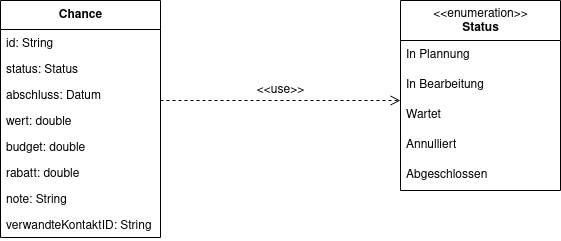
Above: thesis/figures/ChanceUMLDiagram.png in Simon-Hi5/bachelor-thesis (draw.io), before the change. Source tidied: cells renumbered, new cells last; positions are measured from the earlier drawing's top-left corner, leaving out a move shared by most shapes.
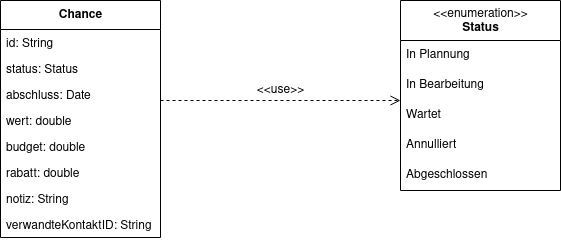
The same file after the commit.

Change to the diagram source:
```diff
@@ -11,7 +11,7 @@
     <mxCell id="4" value="status: Status" style="text;align=left;verticalAlign=top;spacingLeft=4;spacingRight=4;overflow=hidden;rounded=0;shadow=0;html=0;" parent="2" vertex="1">
       <mxGeometry y="55" width="160" height="26" as="geometry" />
     </mxCell>
-    <mxCell id="5" value="abschluss: Datum" style="text;align=left;verticalAlign=top;spacingLeft=4;spacingRight=4;overflow=hidden;rounded=0;shadow=0;html=0;" parent="2" vertex="1">
+    <mxCell id="5" value="abschluss: Date" style="text;align=left;verticalAlign=top;spacingLeft=4;spacingRight=4;overflow=hidden;rounded=0;shadow=0;html=0;" parent="2" vertex="1">
       <mxGeometry y="81" width="160" height="26" as="geometry" />
     </mxCell>
     <mxCell id="6" value="wert: double" style="text;align=left;verticalAlign=top;spacingLeft=4;spacingRight=4;overflow=hidden;rounded=0;shadow=0;html=0;" parent="2" vertex="1">
@@ -23,7 +23,7 @@
     <mxCell id="8" value="rabatt: double" style="text;align=left;verticalAlign=top;spacingLeft=4;spacingRight=4;overflow=hidden;rounded=0;shadow=0;html=0;" parent="2" vertex="1">
       <mxGeometry y="159" width="160" height="26" as="geometry" />
     </mxCell>
-    <mxCell id="9" value="note: String" style="text;align=left;verticalAlign=top;spacingLeft=4;spacingRight=4;overflow=hidden;rounded=0;shadow=0;html=0;" parent="2" vertex="1">
+    <mxCell id="9" value="notiz: String" style="text;align=left;verticalAlign=top;spacingLeft=4;spacingRight=4;overflow=hidden;rounded=0;shadow=0;html=0;" parent="2" vertex="1">
       <mxGeometry y="185" width="160" height="26" as="geometry" />
     </mxCell>
     <mxCell id="10" value="verwandteKontaktID: String&#10;" style="text;align=left;verticalAlign=top;spacingLeft=4;spacingRight=4;overflow=hidden;rounded=0;shadow=0;html=0;" parent="2" vertex="1">
```
